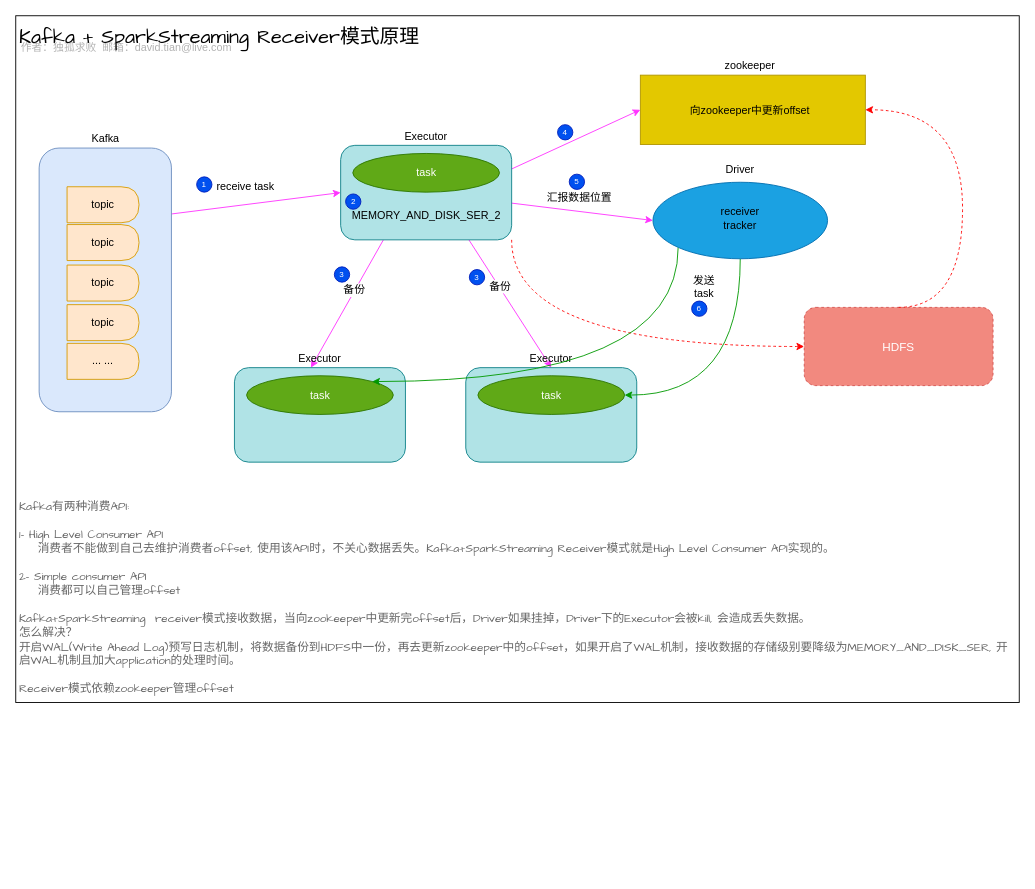
Above: spark/architecture/Kafka SparkStreaming Receiver.drawio in dvtn/docs (draw.io), before the change. Source tidied: cells renumbered, new cells numbered last; positions are measured from the earlier drawing's top-left corner, leaving out a move shared by most shapes. Both pictures are drawn from the tidied source at 90%, with x=0, y=0 at pixel (15, 15).
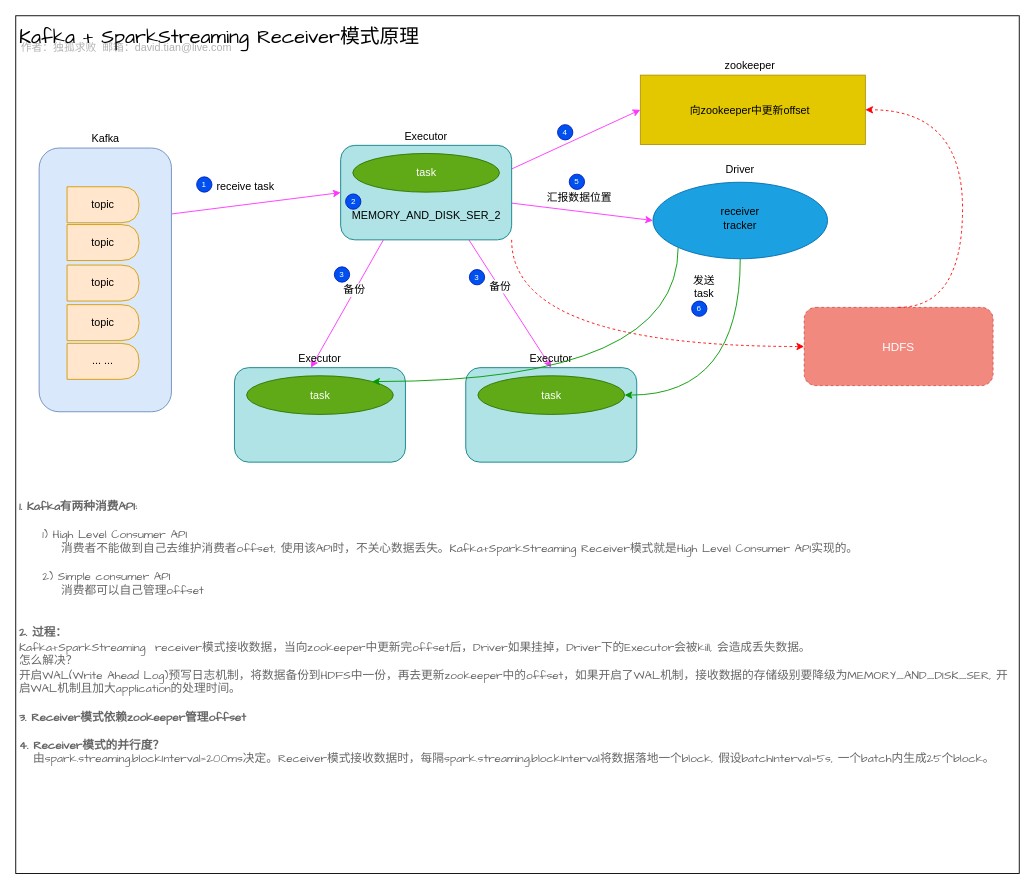
The same page after the edit.

What changed in the source:
```diff
@@
     <mxCell id="2" style="rounded=0;whiteSpace=wrap;html=1;fontSize=12;align=left;" parent="1" vertex="1">
-      <mxGeometry width="1115" height="763" as="geometry" />
+      <mxGeometry width="1115" height="953" as="geometry" />
     </mxCell>
@@
-    <mxCell id="46" value="&lt;br&gt;Kafka有两种消费API:&lt;br&gt;&lt;br&gt;1- High Level Consumer API &lt;br&gt;&amp;nbsp; &amp;nbsp; 消费者不能做到自己去维护消费者offset, 使用该API时，不关心数据丢失。Kafka+SparkStreaming Receiver模式就是High Level Consumer API实现的。&lt;br&gt;&lt;br&gt;2- Simple consumer API&lt;br&gt;&amp;nbsp; &amp;nbsp; 消费都可以自己管理offset&lt;br&gt;&lt;br&gt;Kafka+SparkStreaming &amp;nbsp;receiver模式接收数据，当向zookeeper中更新完offset后，Driver如果挂掉，Driver下的Executor会被kill, 会造成丢失数据。&lt;br&gt;怎么解决？&lt;br&gt;开启WAL(Write Ahead Log)预写日志机制，将数据备份到HDFS中一份，再去更新zookeeper中的offset，如果开启了WAL机制，接收数据的存储级别要降级为MEMORY_AND_DISK_SER, 开启WAL机制且加大application的处理时间。&lt;br&gt;&lt;br&gt;Receiver模式依赖zookeeper管理offset" style="text;html=1;strokeColor=none;fillColor=none;align=left;verticalAlign=top;whiteSpace=wrap;rounded=0;fontSize=13;fontFamily=Comic Sans MS;textOpacity=60;" parent="1" vertex="1">
-      <mxGeometry x="2" y="516" width="1110" height="224" as="geometry" />
+    <mxCell id="46" value="&lt;b&gt;&lt;br&gt;1. Kafka有两种消费API:&lt;/b&gt;&lt;br&gt;&lt;br&gt;&amp;nbsp; &amp;nbsp; &amp;nbsp;1) High Level Consumer API &lt;br&gt;&amp;nbsp; &amp;nbsp; &amp;nbsp; &amp;nbsp; &amp;nbsp;消费者不能做到自己去维护消费者offset, 使用该API时，不关心数据丢失。Kafka+SparkStreaming Receiver模式就是High Level Consumer API实现的。&lt;br&gt;&lt;br&gt;&amp;nbsp; &amp;nbsp; &amp;nbsp;2) Simple consumer API&lt;br&gt;&amp;nbsp; &amp;nbsp; &amp;nbsp; &amp;nbsp; &amp;nbsp;消费都可以自己管理offset&lt;br&gt;&lt;br&gt;&lt;br&gt;&lt;b&gt;2. 过程：&lt;/b&gt;&lt;br&gt;Kafka+SparkStreaming &amp;nbsp;receiver模式接收数据，当向zookeeper中更新完offset后，Driver如果挂掉，Driver下的Executor会被kill, 会造成丢失数据。&lt;br&gt;怎么解决？&lt;br&gt;开启WAL(Write Ahead Log)预写日志机制，将数据备份到HDFS中一份，再去更新zookeeper中的offset，如果开启了WAL机制，接收数据的存储级别要降级为MEMORY_AND_DISK_SER, 开启WAL机制且加大application的处理时间。&lt;br&gt;&lt;br&gt;&lt;b&gt;3. Receiver模式依赖zookeeper管理offset&lt;br&gt;&lt;br&gt;4. Receiver模式的并行度？&lt;br&gt;&amp;nbsp; &lt;/b&gt;&amp;nbsp;由spark.streaming.blockInterval=200ms决定。Receiver模式接收数据时，每隔spark.streaming.blockInterval将数据落地一个block, 假设batchInterval=5s, 一个batch内生成25个block。" style="text;html=1;strokeColor=none;fillColor=none;align=left;verticalAlign=top;whiteSpace=wrap;rounded=0;fontSize=13;fontFamily=Comic Sans MS;textOpacity=60;" parent="1" vertex="1">
+      <mxGeometry x="2" y="516" width="1110" height="374" as="geometry" />
     </mxCell>
```
